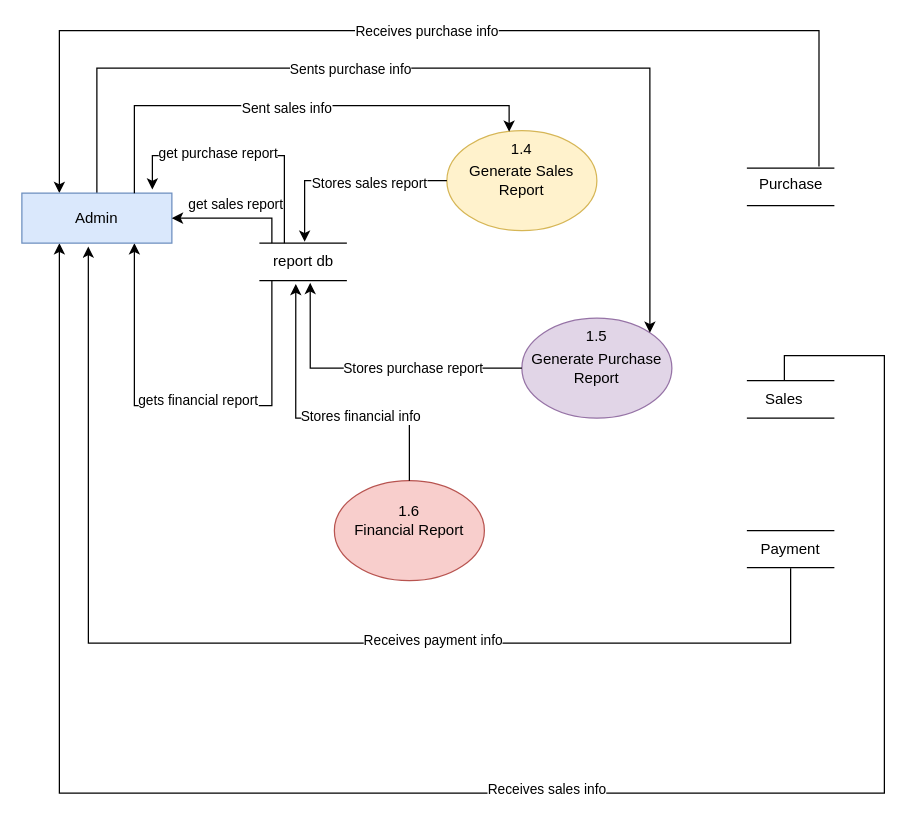
The draw.io diagram Report Generation Level 2.drawio in pawal-karki/DRAW.IO, before the edit. Source tidied: cells renumbered, new cells numbered last; positions are measured from the earlier drawing's top-left corner, leaving out a move shared by most shapes. Both pictures are drawn from the tidied source at 125%, with x=0, y=0 at pixel (21, 30).
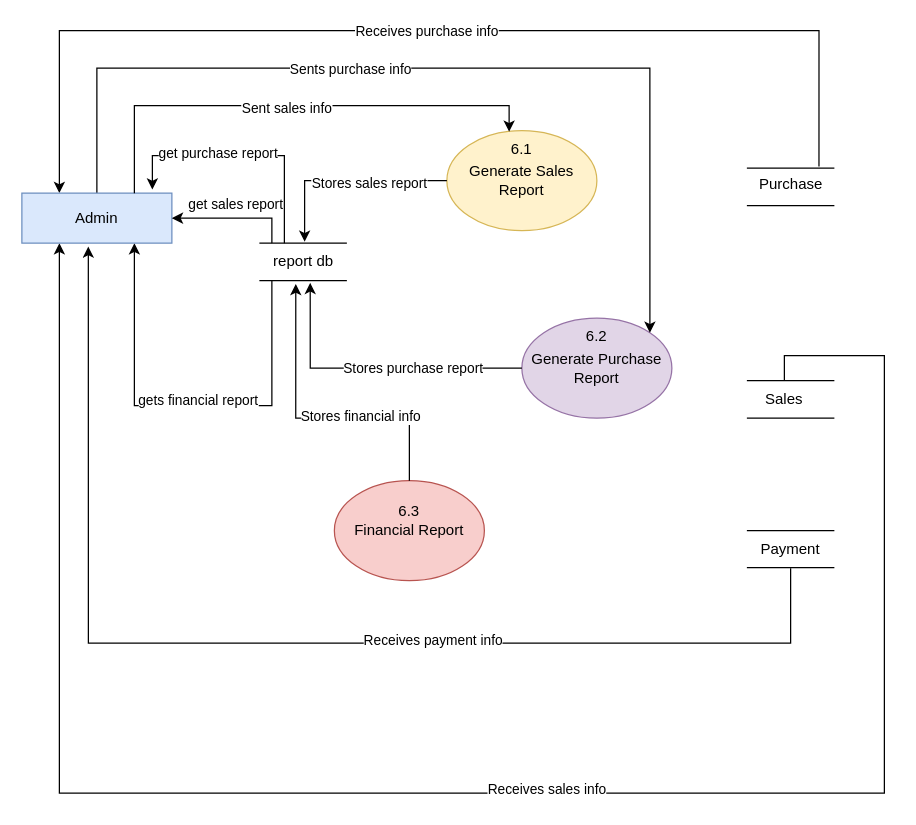
The same diagram, later.

Change to the diagram source:
```diff
@@
-    <mxCell id="40" value="1.4" style="text;html=1;align=center;verticalAlign=middle;whiteSpace=wrap;rounded=0;" parent="1" vertex="1">
+    <mxCell id="40" value="6.1" style="text;html=1;align=center;verticalAlign=middle;whiteSpace=wrap;rounded=0;" parent="1" vertex="1">
       <mxGeometry x="370" y="80" width="60" height="30" as="geometry" />
     </mxCell>
-    <mxCell id="41" value="1.5" style="text;html=1;align=center;verticalAlign=middle;whiteSpace=wrap;rounded=0;" parent="1" vertex="1">
+    <mxCell id="41" value="6.2" style="text;html=1;align=center;verticalAlign=middle;whiteSpace=wrap;rounded=0;" parent="1" vertex="1">
       <mxGeometry x="430" y="230" width="60" height="30" as="geometry" />
     </mxCell>
-    <mxCell id="42" value="1.6" style="text;html=1;align=center;verticalAlign=middle;whiteSpace=wrap;rounded=0;" parent="1" vertex="1">
+    <mxCell id="42" value="6.3" style="text;html=1;align=center;verticalAlign=middle;whiteSpace=wrap;rounded=0;" parent="1" vertex="1">
       <mxGeometry x="280" y="370" width="60" height="30" as="geometry" />
     </mxCell>
```
